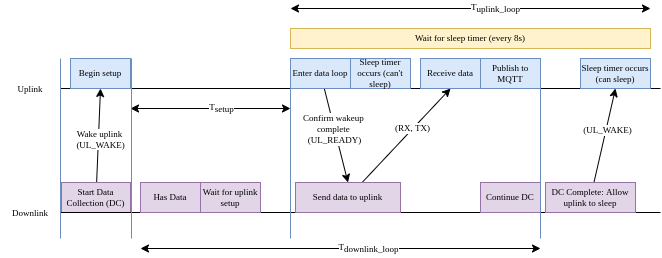
Before: Diagrams/Timeline.png, a diagram exported from draw.io (albogdan/Thesis). Source tidied: cells renumbered, new cells last; positions are measured from the earlier drawing's top-left corner, leaving out a move shared by most shapes.
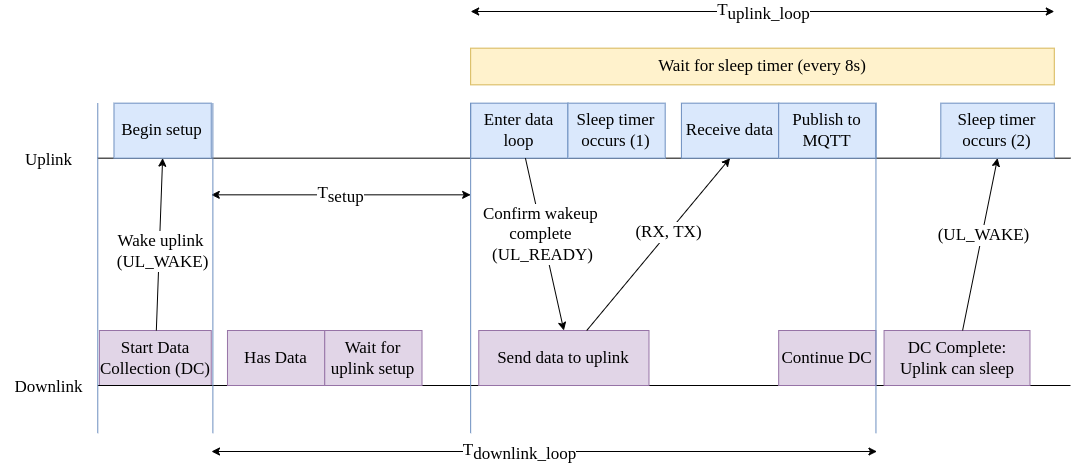
The same file after the commit.

Commit message:
Updated Diagrams for Circuit and Timeline, added Website Diagrams

Change to the diagram source:
```diff
@@ -2,136 +2,142 @@
   <root>
     <mxCell id="0" />
     <mxCell id="1" parent="0" />
-    <mxCell id="2" style="endArrow=none;html=1;rounded=0;fontFamily=Verdana;fontSize=9;" parent="1" edge="1">
+    <mxCell id="2" style="endArrow=none;html=1;rounded=0;fontFamily=Verdana;fontSize=17;" parent="1" edge="1">
       <mxGeometry relative="1" as="geometry">
-        <mxPoint x="60" y="80" as="sourcePoint" />
-        <mxPoint x="660" y="80" as="targetPoint" />
+        <mxPoint x="97.3" y="146.7" as="sourcePoint" />
+        <mxPoint x="1070" y="146.7" as="targetPoint" />
       </mxGeometry>
     </mxCell>
-    <mxCell id="3" value="Uplink" style="text;html=1;strokeColor=none;fillColor=none;align=center;verticalAlign=middle;whiteSpace=wrap;rounded=0;fontFamily=Verdana;fontSize=9;" parent="1" vertex="1">
-      <mxGeometry y="66" width="60" height="30" as="geometry" />
+    <mxCell id="3" value="Uplink" style="text;html=1;strokeColor=none;fillColor=none;align=center;verticalAlign=middle;whiteSpace=wrap;rounded=0;fontFamily=Verdana;fontSize=17;" parent="1" vertex="1">
+      <mxGeometry y="121" width="97.3" height="55" as="geometry" />
     </mxCell>
-    <mxCell id="4" style="rounded=0;jettySize=auto;html=1;entryX=0.5;entryY=1;entryDx=0;entryDy=0;strokeColor=default;fontFamily=Verdana;fontSize=9;" parent="1" edge="1" source="6" target="10">
-      <mxGeometry relative="1" as="geometry" />
-    </mxCell>
-    <mxCell id="5" value="Wake uplink&lt;br style=&quot;font-size: 9px;&quot;&gt;&amp;nbsp;(UL_WAKE)" style="edgeLabel;html=1;align=center;verticalAlign=middle;fontFamily=Verdana;fontSize=9;" parent="4" vertex="1">
-      <mxGeometry x="-0.08" y="-1" relative="1" as="geometry" />
-    </mxCell>
-    <mxCell id="6" value="&lt;font style=&quot;font-size: 9px;&quot;&gt;Start Data Collection (DC)&lt;/font&gt;" style="rounded=0;whiteSpace=wrap;html=1;fontFamily=Verdana;fontSize=9;fillColor=#e1d5e7;strokeColor=#9673a6;" parent="1" vertex="1">
-      <mxGeometry x="61" y="174" width="69" height="30" as="geometry" />
+    <mxCell id="6" value="&lt;font style=&quot;font-size: 17px;&quot;&gt;Start Data Collection (DC)&lt;/font&gt;" style="rounded=0;whiteSpace=wrap;html=1;fontFamily=Verdana;fontSize=17;fillColor=#e1d5e7;strokeColor=#9673a6;" parent="1" vertex="1">
+      <mxGeometry x="98.9" y="319" width="111.9" height="55" as="geometry" />
     </mxCell>
-    <mxCell id="7" style="endArrow=none;html=1;rounded=0;fontFamily=Verdana;fontSize=9;" parent="1" edge="1">
+    <mxCell id="7" style="endArrow=none;html=1;rounded=0;fontFamily=Verdana;fontSize=17;" parent="1" edge="1">
       <mxGeometry relative="1" as="geometry">
-        <mxPoint x="60" y="204" as="sourcePoint" />
-        <mxPoint x="660" y="204" as="targetPoint" />
+        <mxPoint x="97.3" y="374" as="sourcePoint" />
+        <mxPoint x="1070" y="374" as="targetPoint" />
       </mxGeometry>
     </mxCell>
-    <mxCell id="8" value="Downlink" style="text;html=1;strokeColor=none;fillColor=none;align=center;verticalAlign=middle;whiteSpace=wrap;rounded=0;fontFamily=Verdana;fontSize=9;" parent="1" vertex="1">
-      <mxGeometry y="190" width="60" height="30" as="geometry" />
+    <mxCell id="8" value="Downlink" style="text;html=1;strokeColor=none;fillColor=none;align=center;verticalAlign=middle;whiteSpace=wrap;rounded=0;fontFamily=Verdana;fontSize=17;" parent="1" vertex="1">
+      <mxGeometry y="348.3" width="97.3" height="55" as="geometry" />
     </mxCell>
-    <mxCell id="9" value="Has Data" style="rounded=0;whiteSpace=wrap;html=1;fontFamily=Verdana;fontSize=9;fillColor=#e1d5e7;strokeColor=#9673a6;" parent="1" vertex="1">
-      <mxGeometry x="140" y="174" width="60" height="30" as="geometry" />
+    <mxCell id="9" value="Has Data" style="rounded=0;whiteSpace=wrap;html=1;fontFamily=Verdana;fontSize=17;fillColor=#e1d5e7;strokeColor=#9673a6;" parent="1" vertex="1">
+      <mxGeometry x="227" y="319" width="97.3" height="55" as="geometry" />
     </mxCell>
-    <mxCell id="10" value="Begin setup" style="rounded=0;whiteSpace=wrap;html=1;fontFamily=Verdana;fontSize=9;fillColor=#dae8fc;strokeColor=#6c8ebf;" parent="1" vertex="1">
-      <mxGeometry x="70" y="50" width="60" height="30" as="geometry" />
+    <mxCell id="10" value="&lt;font style=&quot;font-size: 17px;&quot;&gt;Begin setup&lt;/font&gt;" style="rounded=0;whiteSpace=wrap;html=1;fontFamily=Verdana;fontSize=17;fillColor=#dae8fc;strokeColor=#6c8ebf;" parent="1" vertex="1">
+      <mxGeometry x="113.5" y="91.7" width="97.3" height="55" as="geometry" />
     </mxCell>
-    <mxCell id="11" style="edgeStyle=none;rounded=0;jettySize=auto;html=1;entryX=0.5;entryY=0;entryDx=0;entryDy=0;fontFamily=Verdana;fontSize=9;strokeColor=default;" parent="1" edge="1" source="13" target="18">
-      <mxGeometry relative="1" as="geometry" />
-    </mxCell>
-    <mxCell id="12" value="Confirm wakeup &lt;br style=&quot;font-size: 9px;&quot;&gt;complete &lt;br style=&quot;font-size: 9px;&quot;&gt;(UL_READY)" style="edgeLabel;html=1;align=center;verticalAlign=middle;fontSize=9;fontFamily=Verdana;" parent="11" vertex="1">
-      <mxGeometry x="-0.13" relative="1" as="geometry" />
-    </mxCell>
+    <mxCell id="4" style="rounded=0;jettySize=auto;html=1;entryX=0.5;entryY=1;entryDx=0;entryDy=0;strokeColor=default;fontFamily=Verdana;fontSize=17;" parent="1" edge="1" source="6" target="10">
+      <mxGeometry relative="1" as="geometry" />
+    </mxCell>
+    <mxCell id="5" value="Wake uplink&lt;br style=&quot;font-size: 17px;&quot;&gt;&amp;nbsp;(UL_WAKE)" style="edgeLabel;html=1;align=center;verticalAlign=middle;fontFamily=Verdana;fontSize=17;" parent="4" vertex="1">
+      <mxGeometry x="-0.08" y="-1" relative="1" as="geometry" />
+    </mxCell>
-    <mxCell id="13" value="Enter data loop" style="rounded=0;whiteSpace=wrap;html=1;fontFamily=Verdana;fontSize=9;fillColor=#dae8fc;strokeColor=#6c8ebf;" parent="1" vertex="1">
-      <mxGeometry x="290" y="50" width="60" height="30" as="geometry" />
+    <mxCell id="13" value="Enter data loop" style="rounded=0;whiteSpace=wrap;html=1;fontFamily=Verdana;fontSize=17;fillColor=#dae8fc;strokeColor=#6c8ebf;" parent="1" vertex="1">
+      <mxGeometry x="470.2" y="91.7" width="97.3" height="55" as="geometry" />
     </mxCell>
-    <mxCell id="14" style="endArrow=classic;startArrow=classic;html=1;rounded=0;strokeColor=default;fontFamily=Verdana;fontSize=9;" parent="1" edge="1">
+    <mxCell id="14" style="endArrow=classic;startArrow=classic;html=1;rounded=0;strokeColor=default;fontFamily=Verdana;fontSize=17;" parent="1" edge="1">
       <mxGeometry relative="1" as="geometry">
-        <mxPoint x="130" y="100" as="sourcePoint" />
-        <mxPoint x="290" y="100" as="targetPoint" />
+        <mxPoint x="210.8" y="183.3" as="sourcePoint" />
+        <mxPoint x="470.2" y="183.3" as="targetPoint" />
       </mxGeometry>
     </mxCell>
-    <mxCell id="15" value="&lt;font style=&quot;font-size: 9px;&quot;&gt;T&lt;sub style=&quot;font-size: 9px;&quot;&gt;setup&lt;/sub&gt;&lt;/font&gt;" style="edgeLabel;html=1;align=center;verticalAlign=middle;fontFamily=Verdana;fontSize=9;" parent="14" vertex="1">
-      <mxGeometry x="0.14" relative="1" as="geometry" />
+    <mxCell id="15" value="&lt;font style=&quot;font-size: 17px;&quot;&gt;T&lt;sub style=&quot;font-size: 17px;&quot;&gt;setup&lt;/sub&gt;&lt;/font&gt;" style="edgeLabel;html=1;align=center;verticalAlign=middle;fontFamily=Verdana;fontSize=17;" parent="14" vertex="1">
+      <mxGeometry x="0.14" relative="1" as="geometry">
+        <mxPoint x="-19" as="offset" />
+      </mxGeometry>
     </mxCell>
+    <mxCell id="18" value="Send data to uplink" style="rounded=0;whiteSpace=wrap;html=1;fontFamily=Verdana;fontSize=17;fillColor=#e1d5e7;strokeColor=#9673a6;" parent="1" vertex="1">
+      <mxGeometry x="478.3" y="319" width="170.2" height="55" as="geometry" />
+    </mxCell>
+    <mxCell id="11" style="edgeStyle=none;rounded=0;jettySize=auto;html=1;entryX=0.5;entryY=0;entryDx=0;entryDy=0;fontFamily=Verdana;fontSize=17;strokeColor=default;" parent="1" edge="1" source="13" target="18">
+      <mxGeometry relative="1" as="geometry" />
+    </mxCell>
+    <mxCell id="12" value="Confirm wakeup &lt;br style=&quot;font-size: 17px;&quot;&gt;complete &lt;br style=&quot;font-size: 17px;&quot;&gt;(UL_READY)" style="edgeLabel;html=1;align=center;verticalAlign=middle;fontSize=17;fontFamily=Verdana;" parent="11" vertex="1">
+      <mxGeometry x="-0.13" relative="1" as="geometry" />
+    </mxCell>
+    <mxCell id="19" value="Receive data" style="rounded=0;whiteSpace=wrap;html=1;fontFamily=Verdana;fontSize=17;fillColor=#dae8fc;strokeColor=#6c8ebf;" parent="1" vertex="1">
+      <mxGeometry x="680.9" y="91.7" width="97.3" height="55" as="geometry" />
+    </mxCell>
-    <mxCell id="16" style="edgeStyle=none;rounded=0;jettySize=auto;html=1;entryX=0.5;entryY=1;entryDx=0;entryDy=0;fontFamily=Verdana;strokeColor=default;fontSize=9;" parent="1" edge="1" source="18" target="19">
+    <mxCell id="16" style="edgeStyle=none;rounded=0;jettySize=auto;html=1;entryX=0.5;entryY=1;entryDx=0;entryDy=0;fontFamily=Verdana;strokeColor=default;fontSize=17;" parent="1" edge="1" source="18" target="19">
       <mxGeometry relative="1" as="geometry" />
     </mxCell>
-    <mxCell id="17" value="(RX, TX)" style="edgeLabel;html=1;align=center;verticalAlign=middle;fontSize=9;fontFamily=Verdana;fontColor=#000000;" parent="16" vertex="1">
+    <mxCell id="17" value="(RX, TX)" style="edgeLabel;html=1;align=center;verticalAlign=middle;fontSize=17;fontFamily=Verdana;fontColor=#000000;" parent="16" vertex="1">
       <mxGeometry x="0.14" y="1" relative="1" as="geometry" />
     </mxCell>
-    <mxCell id="18" value="Send data to uplink" style="rounded=0;whiteSpace=wrap;html=1;fontFamily=Verdana;fontSize=9;fillColor=#e1d5e7;strokeColor=#9673a6;" parent="1" vertex="1">
-      <mxGeometry x="295" y="174" width="105" height="30" as="geometry" />
-    </mxCell>
-    <mxCell id="19" value="Receive data" style="rounded=0;whiteSpace=wrap;html=1;fontFamily=Verdana;fontSize=9;fillColor=#dae8fc;strokeColor=#6c8ebf;" parent="1" vertex="1">
-      <mxGeometry x="420" y="50" width="60" height="30" as="geometry" />
-    </mxCell>
-    <mxCell id="20" value="Wait for uplink setup" style="rounded=0;whiteSpace=wrap;html=1;fontFamily=Verdana;fontSize=9;fillColor=#e1d5e7;strokeColor=#9673a6;" parent="1" vertex="1">
-      <mxGeometry x="200" y="174" width="60" height="30" as="geometry" />
+    <mxCell id="20" value="Wait for uplink setup" style="rounded=0;whiteSpace=wrap;html=1;fontFamily=Verdana;fontSize=17;fillColor=#e1d5e7;strokeColor=#9673a6;" parent="1" vertex="1">
+      <mxGeometry x="324.2" y="319" width="97.3" height="55" as="geometry" />
     </mxCell>
-    <mxCell id="21" value="Publish to MQTT" style="rounded=0;whiteSpace=wrap;html=1;fontFamily=Verdana;fontSize=9;fillColor=#dae8fc;strokeColor=#6c8ebf;" parent="1" vertex="1">
-      <mxGeometry x="480" y="50" width="60" height="30" as="geometry" />
+    <mxCell id="21" value="Publish to MQTT" style="rounded=0;whiteSpace=wrap;html=1;fontFamily=Verdana;fontSize=17;fillColor=#dae8fc;strokeColor=#6c8ebf;" parent="1" vertex="1">
+      <mxGeometry x="778.2" y="91.7" width="97.3" height="55" as="geometry" />
     </mxCell>
-    <mxCell id="22" style="edgeStyle=none;rounded=0;jettySize=auto;html=1;entryX=0.5;entryY=1;entryDx=0;entryDy=0;labelBorderColor=none;fontFamily=Verdana;fontSize=9;fontColor=#828282;strokeColor=default;" parent="1" edge="1" source="24" target="32">
-      <mxGeometry relative="1" as="geometry" />
-    </mxCell>
-    <mxCell id="23" value="(UL_WAKE)" style="edgeLabel;html=1;align=center;verticalAlign=middle;fontSize=9;fontFamily=Verdana;fontColor=#000000;" parent="22" vertex="1">
-      <mxGeometry x="0.11" y="-1" relative="1" as="geometry" />
-    </mxCell>
-    <mxCell id="24" value="&lt;font style=&quot;font-size: 9px&quot;&gt;DC Complete: Allow uplink to sleep&lt;/font&gt;" style="rounded=0;whiteSpace=wrap;html=1;fontFamily=Verdana;fontSize=9;fillColor=#e1d5e7;strokeColor=#9673a6;" parent="1" vertex="1">
-      <mxGeometry x="545" y="174" width="90" height="30" as="geometry" />
+    <mxCell id="24" value="&lt;font style=&quot;font-size: 17px&quot;&gt;DC Complete: Uplink can sleep&lt;/font&gt;" style="rounded=0;whiteSpace=wrap;html=1;fontFamily=Verdana;fontSize=17;fillColor=#e1d5e7;strokeColor=#9673a6;" parent="1" vertex="1">
+      <mxGeometry x="883.6" y="319" width="145.9" height="55" as="geometry" />
     </mxCell>
-    <mxCell id="25" style="endArrow=classic;startArrow=classic;html=1;rounded=0;strokeColor=default;fontFamily=Verdana;fontSize=9;" parent="1" edge="1">
+    <mxCell id="25" style="endArrow=classic;startArrow=classic;html=1;rounded=0;strokeColor=default;fontFamily=Verdana;fontSize=17;" parent="1" edge="1">
       <mxGeometry relative="1" as="geometry">
-        <mxPoint x="140" y="240" as="sourcePoint" />
-        <mxPoint x="540" y="240" as="targetPoint" />
+        <mxPoint x="211" y="440" as="sourcePoint" />
+        <mxPoint x="876.5" y="440" as="targetPoint" />
       </mxGeometry>
     </mxCell>
-    <mxCell id="26" value="&lt;font style=&quot;font-size: 9px;&quot;&gt;T&lt;sub style=&quot;font-size: 9px;&quot;&gt;downlink_loop&lt;/sub&gt;&lt;/font&gt;" style="edgeLabel;html=1;align=center;verticalAlign=middle;fontFamily=Verdana;fontSize=9;" parent="25" vertex="1">
-      <mxGeometry x="0.14" relative="1" as="geometry" />
+    <mxCell id="26" value="&lt;font style=&quot;font-size: 17px;&quot;&gt;T&lt;sub style=&quot;font-size: 17px;&quot;&gt;downlink_loop&lt;/sub&gt;&lt;/font&gt;" style="edgeLabel;html=1;align=center;verticalAlign=middle;fontFamily=Verdana;fontSize=17;" parent="25" vertex="1">
+      <mxGeometry x="0.14" relative="1" as="geometry">
+        <mxPoint x="-71" as="offset" />
+      </mxGeometry>
     </mxCell>
-    <mxCell id="27" value="&lt;font style=&quot;font-size: 9px;&quot;&gt;Continue DC&lt;/font&gt;" style="rounded=0;whiteSpace=wrap;html=1;fontFamily=Verdana;fontSize=9;fillColor=#e1d5e7;strokeColor=#9673a6;" parent="1" vertex="1">
-      <mxGeometry x="480" y="174" width="60" height="30" as="geometry" />
+    <mxCell id="27" value="&lt;font style=&quot;font-size: 17px;&quot;&gt;Continue DC&lt;/font&gt;" style="rounded=0;whiteSpace=wrap;html=1;fontFamily=Verdana;fontSize=17;fillColor=#e1d5e7;strokeColor=#9673a6;" parent="1" vertex="1">
+      <mxGeometry x="778.2" y="319" width="97.3" height="55" as="geometry" />
     </mxCell>
-    <mxCell id="28" style="endArrow=classic;startArrow=classic;html=1;rounded=0;strokeColor=default;fontFamily=Verdana;fontSize=9;" parent="1" edge="1">
+    <mxCell id="28" style="endArrow=classic;startArrow=classic;html=1;rounded=0;strokeColor=default;fontFamily=Verdana;fontSize=17;" parent="1" edge="1">
       <mxGeometry relative="1" as="geometry">
-        <mxPoint x="290" as="sourcePoint" />
-        <mxPoint x="650" as="targetPoint" />
+        <mxPoint x="470.2" as="sourcePoint" />
+        <mxPoint x="1053.8" as="targetPoint" />
       </mxGeometry>
     </mxCell>
-    <mxCell id="29" value="&lt;font style=&quot;font-size: 9px;&quot;&gt;T&lt;sub style=&quot;font-size: 9px;&quot;&gt;uplink_loop&lt;/sub&gt;&lt;/font&gt;" style="edgeLabel;html=1;align=center;verticalAlign=middle;fontFamily=Verdana;fontSize=9;" parent="28" vertex="1">
-      <mxGeometry x="0.14" relative="1" as="geometry" />
+    <mxCell id="29" value="&lt;font style=&quot;font-size: 17px;&quot;&gt;T&lt;sub style=&quot;font-size: 17px;&quot;&gt;uplink_loop&lt;/sub&gt;&lt;/font&gt;" style="edgeLabel;html=1;align=center;verticalAlign=middle;fontFamily=Verdana;fontSize=17;" parent="28" vertex="1">
+      <mxGeometry x="0.14" relative="1" as="geometry">
+        <mxPoint x="-40" as="offset" />
+      </mxGeometry>
     </mxCell>
-    <mxCell id="30" value="Wait for sleep timer (every 8s)" style="rounded=0;whiteSpace=wrap;html=1;fontFamily=Verdana;fontSize=9;fillColor=#fff2cc;strokeColor=#d6b656;" parent="1" vertex="1">
-      <mxGeometry x="290" y="20" width="360" height="20" as="geometry" />
+    <mxCell id="30" value="Wait for sleep timer (every 8s)" style="rounded=0;whiteSpace=wrap;html=1;fontFamily=Verdana;fontSize=17;fillColor=#fff2cc;strokeColor=#d6b656;" parent="1" vertex="1">
+      <mxGeometry x="470.2" y="36.7" width="583.6" height="36.7" as="geometry" />
     </mxCell>
-    <mxCell id="31" value="&lt;font style=&quot;font-size: 9px;&quot;&gt;Sleep timer occurs (can't sleep)&lt;/font&gt;" style="rounded=0;whiteSpace=wrap;html=1;fontFamily=Verdana;fontSize=9;fillColor=#dae8fc;strokeColor=#6c8ebf;" parent="1" vertex="1">
-      <mxGeometry x="350" y="50" width="60" height="30" as="geometry" />
+    <mxCell id="31" value="&lt;font style=&quot;font-size: 17px&quot;&gt;Sleep timer occurs (1)&lt;/font&gt;" style="rounded=0;whiteSpace=wrap;html=1;fontFamily=Verdana;fontSize=17;fillColor=#dae8fc;strokeColor=#6c8ebf;" parent="1" vertex="1">
+      <mxGeometry x="567.4" y="91.7" width="97.3" height="55" as="geometry" />
     </mxCell>
-    <mxCell id="32" value="&lt;font style=&quot;font-size: 9px&quot;&gt;Sleep timer occurs (can sleep)&lt;/font&gt;" style="rounded=0;whiteSpace=wrap;html=1;fontFamily=Verdana;fontSize=9;fillColor=#dae8fc;strokeColor=#6c8ebf;" parent="1" vertex="1">
-      <mxGeometry x="580" y="50" width="70" height="30" as="geometry" />
+    <mxCell id="32" value="&lt;font style=&quot;font-size: 17px&quot;&gt;Sleep timer occurs (2)&lt;/font&gt;" style="rounded=0;whiteSpace=wrap;html=1;fontFamily=Verdana;fontSize=17;fillColor=#dae8fc;strokeColor=#6c8ebf;" parent="1" vertex="1">
+      <mxGeometry x="940.3" y="91.7" width="113.5" height="55" as="geometry" />
     </mxCell>
+    <mxCell id="22" style="edgeStyle=none;rounded=0;jettySize=auto;html=1;entryX=0.5;entryY=1;entryDx=0;entryDy=0;labelBorderColor=none;fontFamily=Verdana;fontSize=17;fontColor=#828282;strokeColor=default;" parent="1" edge="1" source="24" target="32">
+      <mxGeometry relative="1" as="geometry" />
+    </mxCell>
+    <mxCell id="23" value="(UL_WAKE)" style="edgeLabel;html=1;align=center;verticalAlign=middle;fontSize=17;fontFamily=Verdana;fontColor=#000000;" parent="22" vertex="1">
+      <mxGeometry x="0.11" y="-1" relative="1" as="geometry" />
+    </mxCell>
-    <mxCell id="33" style="endArrow=none;html=1;rounded=0;fontFamily=Verdana;fontSize=9;strokeColor=#6c8ebf;labelBorderColor=none;fillColor=#dae8fc;" parent="1" edge="1">
+    <mxCell id="33" style="endArrow=none;html=1;rounded=0;fontFamily=Verdana;fontSize=17;strokeColor=#6c8ebf;labelBorderColor=none;fillColor=#dae8fc;" parent="1" edge="1">
       <mxGeometry relative="1" as="geometry">
-        <mxPoint x="60" y="230" as="sourcePoint" />
-        <mxPoint x="60" y="50" as="targetPoint" />
+        <mxPoint x="97.3" y="421.7" as="sourcePoint" />
+        <mxPoint x="97.3" y="91.7" as="targetPoint" />
       </mxGeometry>
     </mxCell>
-    <mxCell id="34" style="endArrow=none;html=1;rounded=0;fontFamily=Verdana;fontSize=9;strokeColor=#6c8ebf;labelBorderColor=none;fillColor=#dae8fc;" parent="1" edge="1">
+    <mxCell id="34" style="endArrow=none;html=1;rounded=0;fontFamily=Verdana;fontSize=17;strokeColor=#6c8ebf;labelBorderColor=none;fillColor=#dae8fc;" parent="1" edge="1">
       <mxGeometry relative="1" as="geometry">
-        <mxPoint x="131" y="230" as="sourcePoint" />
-        <mxPoint x="131" y="50" as="targetPoint" />
+        <mxPoint x="212.4" y="421.7" as="sourcePoint" />
+        <mxPoint x="212.4" y="91.7" as="targetPoint" />
       </mxGeometry>
     </mxCell>
-    <mxCell id="35" style="endArrow=none;html=1;rounded=0;fontFamily=Verdana;fontSize=9;strokeColor=#6c8ebf;labelBorderColor=none;fillColor=#dae8fc;" parent="1" edge="1">
+    <mxCell id="35" style="endArrow=none;html=1;rounded=0;fontFamily=Verdana;fontSize=17;strokeColor=#6c8ebf;labelBorderColor=none;fillColor=#dae8fc;" parent="1" edge="1">
       <mxGeometry relative="1" as="geometry">
-        <mxPoint x="290" y="230" as="sourcePoint" />
-        <mxPoint x="290" y="50" as="targetPoint" />
+        <mxPoint x="470.2" y="421.7" as="sourcePoint" />
+        <mxPoint x="470.2" y="91.7" as="targetPoint" />
       </mxGeometry>
     </mxCell>
-    <mxCell id="36" style="endArrow=none;html=1;rounded=0;fontFamily=Verdana;fontSize=9;strokeColor=#6c8ebf;labelBorderColor=none;fillColor=#dae8fc;" parent="1" edge="1">
+    <mxCell id="36" style="endArrow=none;html=1;rounded=0;fontFamily=Verdana;fontSize=17;strokeColor=#6c8ebf;labelBorderColor=none;fillColor=#dae8fc;" parent="1" edge="1">
       <mxGeometry relative="1" as="geometry">
-        <mxPoint x="540" y="230" as="sourcePoint" />
-        <mxPoint x="540" y="50" as="targetPoint" />
+        <mxPoint x="875.5" y="421.7" as="sourcePoint" />
+        <mxPoint x="875.5" y="91.7" as="targetPoint" />
       </mxGeometry>
     </mxCell>
   </root>
```
